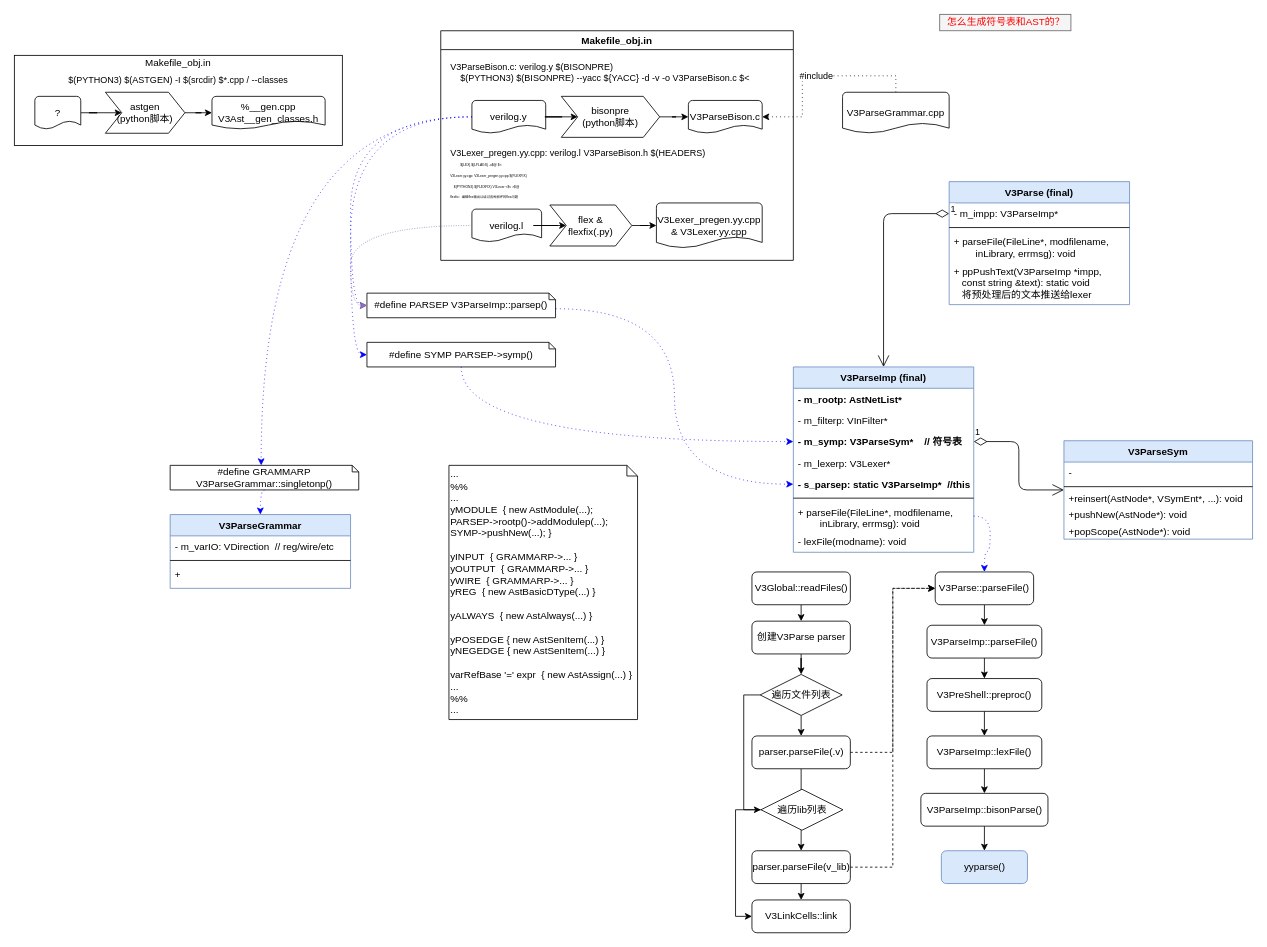
Dercury/CLDK keeps this draw.io diagram as verilator_digrams/V3Parse.drawio. Above is the earlier version. Source tidied: cells renumbered, new cells numbered last; positions are measured from the earlier drawing's top-left corner, leaving out a move shared by most shapes. Both pictures are drawn from the tidied source at 82%, with x=0, y=0 at pixel (14, 14).
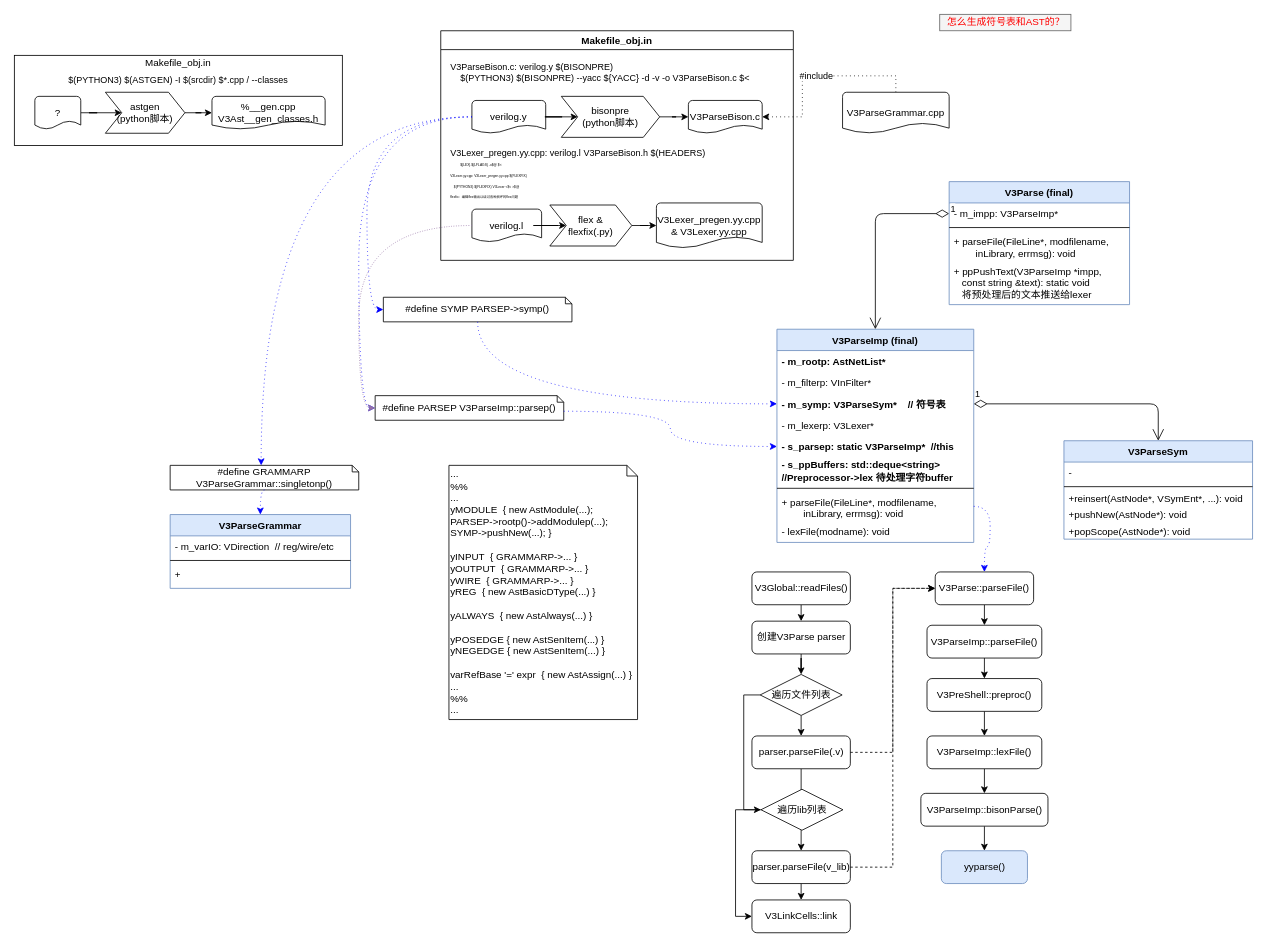
The same diagram, later.

Change to the diagram source:
```diff
@@
     <mxCell id="40" value="V3ParseImp (final)" style="swimlane;fontStyle=1;align=center;verticalAlign=top;horizontal=1;startSize=26;fillColor=#dae8fc;strokeColor=#6c8ebf;" parent="1" vertex="1">
-      <mxGeometry x="950" y="430" width="220" height="226" as="geometry" />
+      <mxGeometry x="930" y="384" width="240" height="260" as="geometry" />
     </mxCell>
     <mxCell id="41" value="- m_rootp: AstNetList*" style="text;strokeColor=none;fillColor=none;align=left;verticalAlign=middle;spacingLeft=4;spacingRight=4;overflow=hidden;fontStyle=1;" parent="40" vertex="1">
-      <mxGeometry y="26" width="220" height="26" as="geometry" />
+      <mxGeometry y="26" width="240" height="26" as="geometry" />
     </mxCell>
     <mxCell id="42" value="- m_filterp: VInFilter*" style="text;strokeColor=none;fillColor=none;align=left;verticalAlign=middle;spacingLeft=4;spacingRight=4;overflow=hidden;" parent="40" vertex="1">
-      <mxGeometry y="52" width="220" height="26" as="geometry" />
+      <mxGeometry y="52" width="240" height="26" as="geometry" />
     </mxCell>
     <mxCell id="43" value="- m_symp: V3ParseSym*    // 符号表" style="text;strokeColor=none;fillColor=none;align=left;verticalAlign=top;spacingLeft=4;spacingRight=4;overflow=hidden;points=[[0,0.5],[1,0.5]];portConstraint=eastwest;fontStyle=1;" parent="40" vertex="1">
-      <mxGeometry y="78" width="220" height="26" as="geometry" />
+      <mxGeometry y="78" width="240" height="26" as="geometry" />
     </mxCell>
     <mxCell id="44" value="- m_lexerp: V3Lexer*" style="text;strokeColor=none;fillColor=none;align=left;verticalAlign=middle;spacingLeft=4;spacingRight=4;overflow=hidden;" parent="40" vertex="1">
-      <mxGeometry y="104" width="220" height="26" as="geometry" />
+      <mxGeometry y="104" width="240" height="26" as="geometry" />
     </mxCell>
     <mxCell id="45" value="- s_parsep: static V3ParseImp*  //this" style="text;strokeColor=none;fillColor=none;align=left;verticalAlign=middle;spacingLeft=4;spacingRight=4;overflow=hidden;points=[[0,0.5],[1,0.5]];portConstraint=eastwest;fontStyle=1;" parent="40" vertex="1">
-      <mxGeometry y="130" width="220" height="26" as="geometry" />
+      <mxGeometry y="130" width="240" height="26" as="geometry" />
     </mxCell>
+    <mxCell id="91" value="- s_ppBuffers: std::deque&lt;string&gt; //Preprocessor-&gt;lex 待处理字符buffer" style="text;strokeColor=none;fillColor=none;align=left;verticalAlign=middle;spacingLeft=4;spacingRight=4;overflow=hidden;fontStyle=1;whiteSpace=wrap;" parent="40" vertex="1">
+      <mxGeometry y="156" width="240" height="34" as="geometry" />
+    </mxCell>
     <mxCell id="46" style="line;strokeWidth=1;fillColor=none;align=left;verticalAlign=middle;spacingTop=-1;spacingLeft=3;spacingRight=3;labelPosition=right;" parent="40" vertex="1">
-      <mxGeometry y="156" width="220" height="8" as="geometry" />
+      <mxGeometry y="190" width="240" height="8" as="geometry" />
     </mxCell>
     <mxCell id="47" value="+ parseFile(FileLine*, modfilename, &#10;        inLibrary, errmsg): void" style="text;strokeColor=none;fillColor=none;align=left;verticalAlign=top;spacingLeft=4;spacingRight=4;overflow=hidden;points=[[0,0.5],[1,0.5]];portConstraint=eastwest;" parent="40" vertex="1">
-      <mxGeometry y="164" width="220" height="36" as="geometry" />
+      <mxGeometry y="198" width="240" height="36" as="geometry" />
     </mxCell>
     <mxCell id="48" value="- lexFile(modname): void" style="text;strokeColor=none;fillColor=none;align=left;verticalAlign=top;spacingLeft=4;spacingRight=4;overflow=hidden;" parent="40" vertex="1">
-      <mxGeometry y="200" width="220" height="26" as="geometry" />
+      <mxGeometry y="234" width="240" height="26" as="geometry" />
     </mxCell>
@@
     <mxCell id="68" value="#define PARSEP V3ParseImp::parsep()" style="shape=note2;boundedLbl=1;whiteSpace=wrap;html=1;size=8;verticalAlign=middle;align=center;" parent="1" vertex="1">
-      <mxGeometry x="430" y="340" width="230" height="30" as="geometry" />
+      <mxGeometry x="440" y="465" width="230" height="30" as="geometry" />
     </mxCell>
@@
     <mxCell id="74" value="#define SYMP PARSEP-&amp;gt;symp()" style="shape=note2;boundedLbl=1;whiteSpace=wrap;html=1;size=8;verticalAlign=middle;align=center;" parent="1" vertex="1">
-      <mxGeometry x="430" y="400" width="230" height="30" as="geometry" />
+      <mxGeometry x="450" y="345" width="230" height="30" as="geometry" />
     </mxCell>
```
